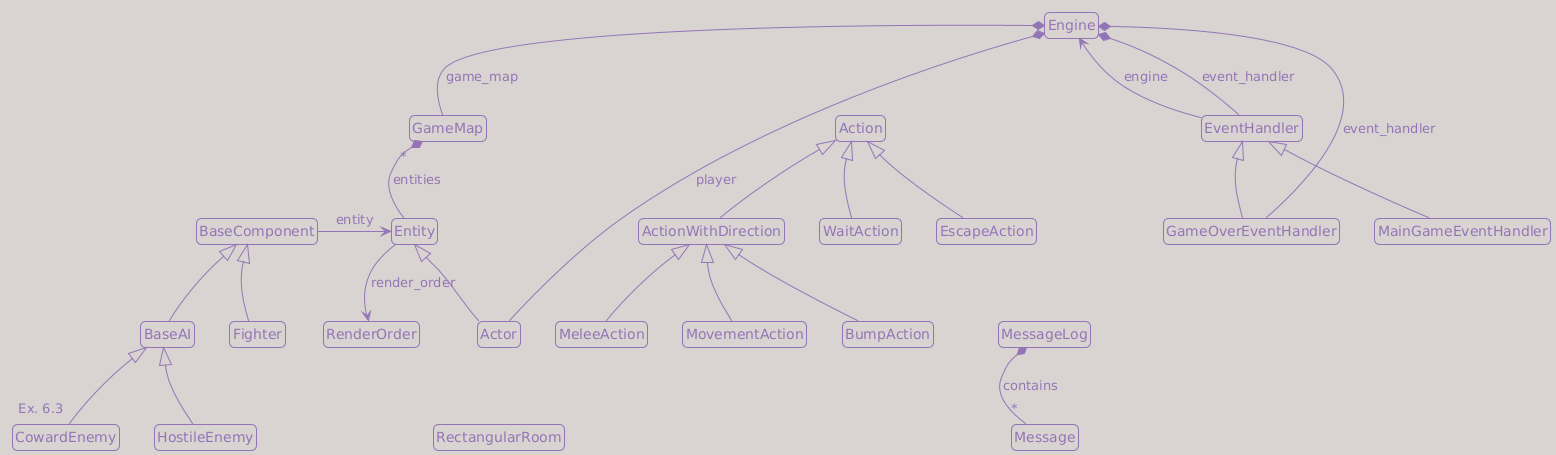
Before: content/tutorials/tcod/v3/images/part7_classes.png, a diagram exported from PlantUML (Darky-Lucera/roguelike-tutorials-website).
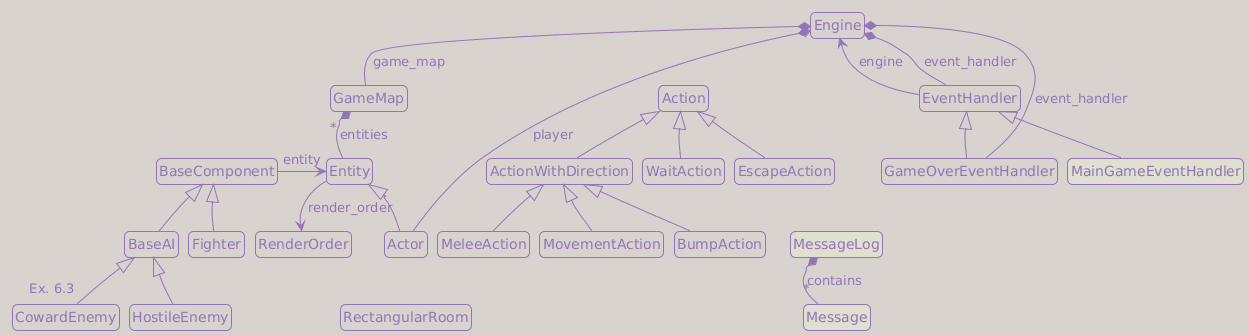
The same file after the commit.

Diff of the diagram source:
```diff
@@ -15,6 +15,9 @@
 skinparam noteBorderThickness 1
 skinparam noteMargin 2
 skinparam notePadding 2
+
+skinparam nodesep 10
+skinparam ranksep 30
 
 set namespaceSeparator none
 
@@ -68,13 +71,13 @@
 }
 
 
-class "MainGameEventHandler" as game.input_handlers.MainGameEventHandler {
+class "MainGameEventHandler" as game.input_handlers.MainGameEventHandler #e0e0d0 {
 }
 
-class "Message" as game.message_log.Message {
+class "Message" as game.message_log.Message #e0e0d0 {
 }
 
-class "MessageLog" as game.message_log.MessageLog {
+class "MessageLog" as game.message_log.MessageLog #e0e0d0 {
 }
 
 class "MovementAction" as game.actions.MovementAction {
```
